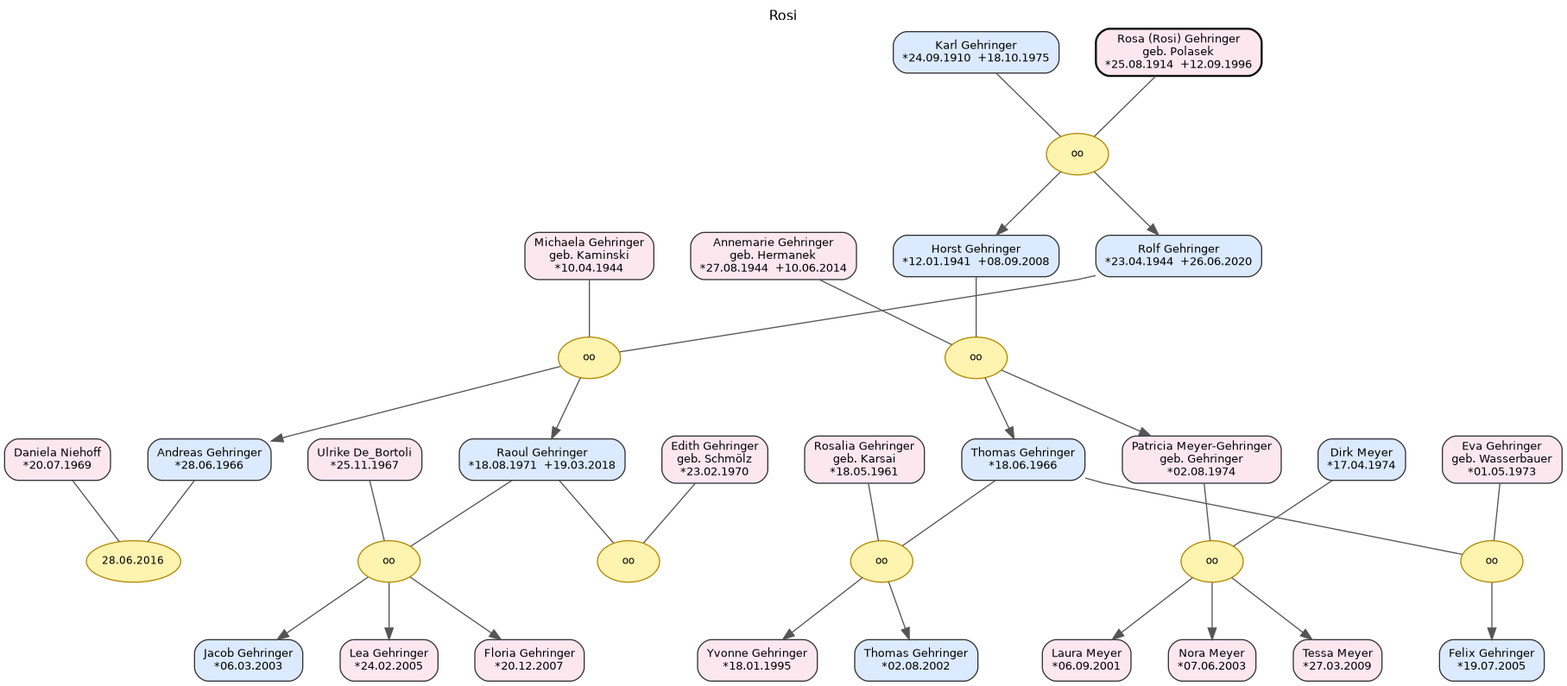
Earlier version of the Graphviz export Rosi_0_10.png (Konfusius16/Ahnentafel-Polasek). Its source is kept beside it as Rosi_0_10.dot.
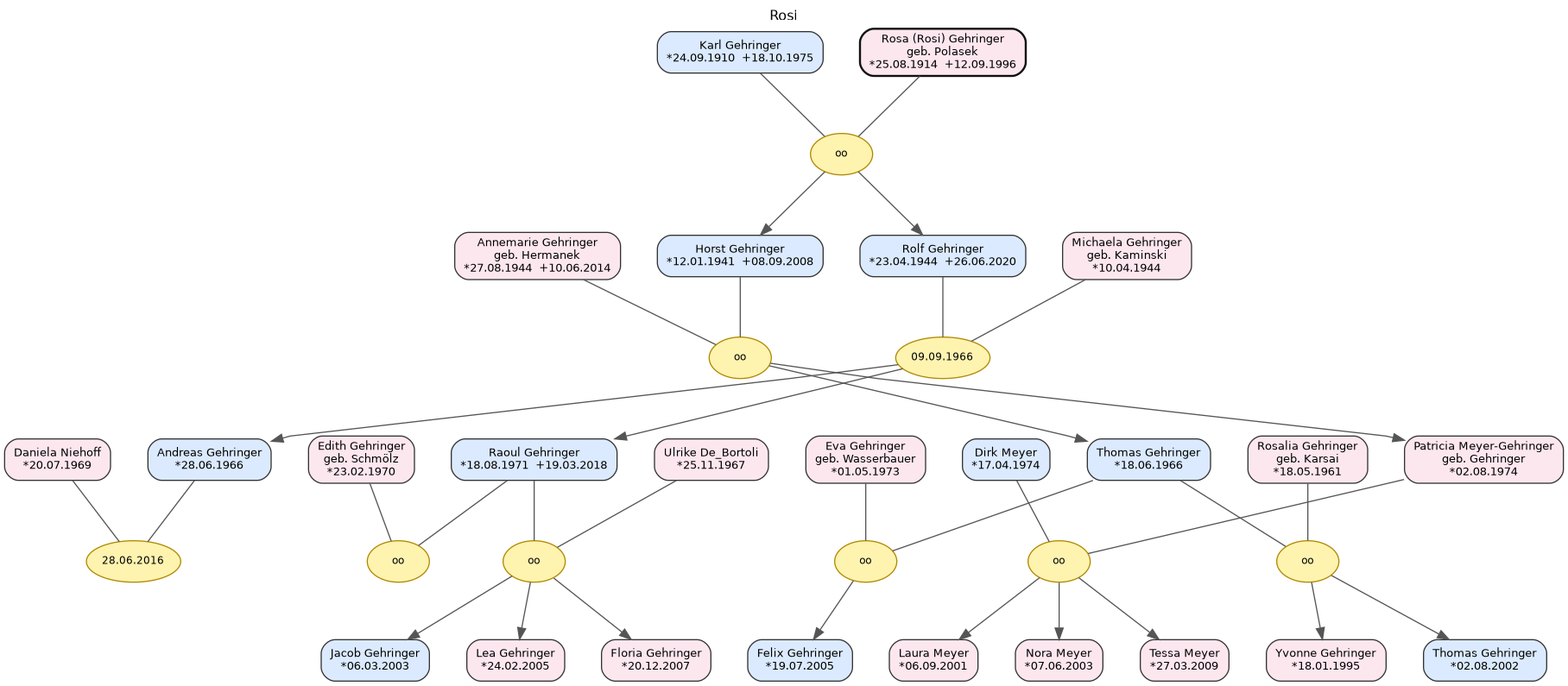
Above is the later version.

Diff of the diagram source:
```diff
@@ -3,63 +3,63 @@
 	graph [fontname="DejaVu Sans" fontsize=12 label=Rosi labelloc=t]
 	node [color="#333333" fontname="DejaVu Sans" fontsize=10 shape=box style="rounded,filled"]
 	edge [color="#555555" fontname="DejaVu Sans"]
+	geh08 [label="Raoul Gehringer
+*18.08.1971  +19.03.2018" fillcolor="#dbeafe" id=P_geh08]
+	geh07 [label="Andreas Gehringer
+*28.06.1966" fillcolor="#dbeafe" id=P_geh07]
+	g4p03 [label="Thomas Gehringer
+*02.08.2002" fillcolor="#dbeafe" id=P_g4p03]
+	g4p06 [label="Dirk Meyer
+*17.04.1974" fillcolor="#dbeafe" id=P_g4p06]
+	g5p08 [label="Jacob Gehringer
+*06.03.2003" fillcolor="#dbeafe" id=P_g5p08]
+	g4p05 [label="Felix Gehringer
+*19.07.2005" fillcolor="#dbeafe" id=P_g4p05]
+	geh01 [label="Horst Gehringer
+*12.01.1941  +08.09.2008" fillcolor="#dbeafe" id=P_geh01]
+	geh02 [label="Annemarie Gehringer
+geb. Hermanek
+*27.08.1944  +10.06.2014" fillcolor="#fde7ef" id=P_geh02]
+	g4p07 [label="Laura Meyer
+*06.09.2001" fillcolor="#fde7ef" id=P_g4p07]
+	geh03 [label="Rolf Gehringer
+*23.04.1944  +26.06.2020" fillcolor="#dbeafe" id=P_geh03]
+	g4p04 [label="Eva Gehringer
+geb. Wasserbauer
+*01.05.1973" fillcolor="#fde7ef" id=P_g4p04]
+	geh06 [label="Patricia Meyer-Gehringer
+geb. Gehringer
+*02.08.1974" fillcolor="#fde7ef" id=P_geh06]
+	g4p02 [label="Yvonne Gehringer
+*18.01.1995" fillcolor="#fde7ef" id=P_g4p02]
+	g5p07 [label="Ulrike De_Bortoli
+*25.11.1967" fillcolor="#fde7ef" id=P_g5p07]
+	geh05 [label="Thomas Gehringer
+*18.06.1966" fillcolor="#dbeafe" id=P_geh05]
+	g4p08 [label="Nora Meyer
+*07.06.2003" fillcolor="#fde7ef" id=P_g4p08]
+	g5p04 [label="Daniela Niehoff
+*20.07.1969" fillcolor="#fde7ef" id=P_g5p04]
+	geh09 [label="Karl Gehringer
+*24.09.1910  +18.10.1975" fillcolor="#dbeafe" id=P_geh09]
+	g5p10 [label="Floria Gehringer
+*20.12.2007" fillcolor="#fde7ef" id=P_g5p10]
+	g4p01 [label="Rosalia Gehringer
+geb. Karsai
+*18.05.1961" fillcolor="#fde7ef" id=P_g4p01]
 	g5p09 [label="Lea Gehringer
 *24.02.2005" fillcolor="#fde7ef" id=P_g5p09]
-	g4p03 [label="Thomas Gehringer
-*02.08.2002" fillcolor="#dbeafe" id=P_g4p03]
+	g4p09 [label="Tessa Meyer
+*27.03.2009" fillcolor="#fde7ef" id=P_g4p09]
+	geh04 [label="Michaela Gehringer
+geb. Kaminski
+*10.04.1944" fillcolor="#fde7ef" id=P_geh04]
+	att38 [label="Rosa (Rosi) Gehringer
+geb. Polasek
+*25.08.1914  +12.09.1996" color="#111111" fillcolor="#fde7ef" id=P_att38 penwidth=1.8]
 	gehS01 [label="Edith Gehringer
 geb. Schmölz
 *23.02.1970" fillcolor="#fde7ef" id=P_gehS01]
-	geh07 [label="Andreas Gehringer
-*28.06.1966" fillcolor="#dbeafe" id=P_geh07]
-	g5p10 [label="Floria Gehringer
-*20.12.2007" fillcolor="#fde7ef" id=P_g5p10]
-	g5p07 [label="Ulrike De_Bortoli
-*25.11.1967" fillcolor="#fde7ef" id=P_g5p07]
-	g4p04 [label="Eva Gehringer
-geb. Wasserbauer
-*01.05.1973" fillcolor="#fde7ef" id=P_g4p04]
-	geh05 [label="Thomas Gehringer
-*18.06.1966" fillcolor="#dbeafe" id=P_geh05]
-	geh04 [label="Michaela Gehringer
-geb. Kaminski
-*10.04.1944" fillcolor="#fde7ef" id=P_geh04]
-	g4p05 [label="Felix Gehringer
-*19.07.2005" fillcolor="#dbeafe" id=P_g4p05]
-	geh08 [label="Raoul Gehringer
-*18.08.1971  +19.03.2018" fillcolor="#dbeafe" id=P_geh08]
-	geh06 [label="Patricia Meyer-Gehringer
-geb. Gehringer
-*02.08.1974" fillcolor="#fde7ef" id=P_geh06]
-	g4p01 [label="Rosalia Gehringer
-geb. Karsai
-*18.05.1961" fillcolor="#fde7ef" id=P_g4p01]
-	geh09 [label="Karl Gehringer
-*24.09.1910  +18.10.1975" fillcolor="#dbeafe" id=P_geh09]
-	g5p04 [label="Daniela Niehoff
-*20.07.1969" fillcolor="#fde7ef" id=P_g5p04]
-	g4p06 [label="Dirk Meyer
-*17.04.1974" fillcolor="#dbeafe" id=P_g4p06]
-	geh01 [label="Horst Gehringer
-*12.01.1941  +08.09.2008" fillcolor="#dbeafe" id=P_geh01]
-	g4p08 [label="Nora Meyer
-*07.06.2003" fillcolor="#fde7ef" id=P_g4p08]
-	att38 [label="Rosa (Rosi) Gehringer
-geb. Polasek
-*25.08.1914  +12.09.1996" color="#111111" fillcolor="#fde7ef" id=P_att38 penwidth=1.8]
-	geh03 [label="Rolf Gehringer
-*23.04.1944  +26.06.2020" fillcolor="#dbeafe" id=P_geh03]
-	g4p07 [label="Laura Meyer
-*06.09.2001" fillcolor="#fde7ef" id=P_g4p07]
-	g5p08 [label="Jacob Gehringer
-*06.03.2003" fillcolor="#dbeafe" id=P_g5p08]
-	g4p02 [label="Yvonne Gehringer
-*18.01.1995" fillcolor="#fde7ef" id=P_g4p02]
-	g4p09 [label="Tessa Meyer
-*27.03.2009" fillcolor="#fde7ef" id=P_g4p09]
-	geh02 [label="Annemarie Gehringer
-geb. Hermanek
-*27.08.1944  +10.06.2014" fillcolor="#fde7ef" id=P_geh02]
 	M_gehF1 [label=oo color="#b08900" fillcolor="#fff3b0" fontsize=9 id=M_gehF1 shape=ellipse style=filled]
 	subgraph rank_gehF1 {
 		rank=same
@@ -90,32 +90,26 @@
 		g4p06
 	}
 	g4p06 -> geh06 [constraint=true minlen=0 style=invis weight=2600]
-	M_g4F1 [label=oo color="#b08900" fillcolor="#fff3b0" fontsize=9 id=M_g4F1 shape=ellipse style=filled]
-	subgraph rank_g4F1 {
+	M_g4F3 [label=oo color="#b08900" fillcolor="#fff3b0" fontsize=9 id=M_g4F3 shape=ellipse style=filled]
+	subgraph rank_g4F3 {
 		rank=same
-		geh05
-		g4p01
+		g4p06
+		geh06
 	}
-	geh05 -> g4p01 [constraint=true minlen=0 style=invis weight=3600]
-	geh05 -> M_g4F1 [dir=none minlen=1 weight=60]
-	g4p01 -> M_g4F1 [dir=none minlen=1 weight=60]
-	subgraph kids_g4F1 {
+	g4p06 -> geh06 [constraint=true minlen=0 style=invis weight=3600]
+	g4p06 -> M_g4F3 [dir=none minlen=1 weight=60]
+	geh06 -> M_g4F3 [dir=none minlen=1 weight=60]
+	subgraph kids_g4F3 {
 		rank=same
-		g4p02
-		g4p03
+		g4p07
+		g4p08
+		g4p09
 	}
-	M_g4F1 -> g4p02
-	M_g4F1 -> g4p03
-	g4p02 -> g4p03 [constraint=true minlen=0 style=invis weight=1400]
-	M_gehF4 [label=oo color="#b08900" fillcolor="#fff3b0" fontsize=9 id=M_gehF4 shape=ellipse style=filled]
-	subgraph rank_gehF4 {
-		rank=same
-		geh08
-		gehS01
-	}
-	geh08 -> gehS01 [constraint=true minlen=0 style=invis weight=3600]
-	geh08 -> M_gehF4 [dir=none minlen=1 weight=60]
-	gehS01 -> M_gehF4 [dir=none minlen=1 weight=60]
+	M_g4F3 -> g4p07
+	M_g4F3 -> g4p08
+	M_g4F3 -> g4p09
+	g4p07 -> g4p08 [constraint=true minlen=0 style=invis weight=1400]
+	g4p08 -> g4p09 [constraint=true minlen=0 style=invis weight=1400]
 	M_gehF3 [label=oo color="#b08900" fillcolor="#fff3b0" fontsize=9 id=M_gehF3 shape=ellipse style=filled]
 	subgraph rank_gehF3 {
 		rank=same
@@ -146,7 +140,39 @@
 		geh04
 	}
 	geh03 -> geh04 [constraint=true minlen=0 style=invis weight=2600]
-	M_gehF2 [label=oo color="#b08900" fillcolor="#fff3b0" fontsize=9 id=M_gehF2 shape=ellipse style=filled]
+	M_g5F2 [label="28.06.2016" color="#b08900" fillcolor="#fff3b0" fontsize=9 id=M_g5F2 shape=ellipse style=filled]
+	subgraph rank_g5F2 {
+		rank=same
+		geh07
+		g5p04
+	}
+	geh07 -> g5p04 [constraint=true minlen=0 style=invis weight=3600]
+	geh07 -> M_g5F2 [dir=none minlen=1 weight=60]
+	g5p04 -> M_g5F2 [dir=none minlen=1 weight=60]
+	M_gehF4 [label=oo color="#b08900" fillcolor="#fff3b0" fontsize=9 id=M_gehF4 shape=ellipse style=filled]
+	subgraph rank_gehF4 {
+		rank=same
+		geh08
+		gehS01
+	}
+	geh08 -> gehS01 [constraint=true minlen=0 style=invis weight=3600]
+	geh08 -> M_gehF4 [dir=none minlen=1 weight=60]
+	gehS01 -> M_gehF4 [dir=none minlen=1 weight=60]
+	M_g4F2 [label=oo color="#b08900" fillcolor="#fff3b0" fontsize=9 id=M_g4F2 shape=ellipse style=filled]
+	subgraph rank_g4F2 {
+		rank=same
+		geh05
+		g4p04
+	}
+	geh05 -> g4p04 [constraint=true minlen=0 style=invis weight=3600]
+	geh05 -> M_g4F2 [dir=none minlen=1 weight=60]
+	g4p04 -> M_g4F2 [dir=none minlen=1 weight=60]
+	subgraph kids_g4F2 {
+		rank=same
+		g4p05
+	}
+	M_g4F2 -> g4p05
+	M_gehF2 [label="09.09.1966" color="#b08900" fillcolor="#fff3b0" fontsize=9 id=M_gehF2 shape=ellipse style=filled]
 	subgraph rank_gehF2 {
 		rank=same
 		geh03
@@ -196,49 +222,23 @@
 	M_g5F4 -> g5p10
 	g5p08 -> g5p09 [constraint=true minlen=0 style=invis weight=1400]
 	g5p09 -> g5p10 [constraint=true minlen=0 style=invis weight=1400]
-	M_g5F2 [label="28.06.2016" color="#b08900" fillcolor="#fff3b0" fontsize=9 id=M_g5F2 shape=ellipse style=filled]
-	subgraph rank_g5F2 {
-		rank=same
-		geh07
-		g5p04
-	}
-	geh07 -> g5p04 [constraint=true minlen=0 style=invis weight=3600]
-	geh07 -> M_g5F2 [dir=none minlen=1 weight=60]
-	g5p04 -> M_g5F2 [dir=none minlen=1 weight=60]
-	M_g4F2 [label=oo color="#b08900" fillcolor="#fff3b0" fontsize=9 id=M_g4F2 shape=ellipse style=filled]
-	subgraph rank_g4F2 {
+	M_g4F1 [label=oo color="#b08900" fillcolor="#fff3b0" fontsize=9 id=M_g4F1 shape=ellipse style=filled]
+	subgraph rank_g4F1 {
 		rank=same
 		geh05
-		g4p04
+		g4p01
 	}
-	geh05 -> g4p04 [constraint=true minlen=0 style=invis weight=3600]
-	geh05 -> M_g4F2 [dir=none minlen=1 weight=60]
-	g4p04 -> M_g4F2 [dir=none minlen=1 weight=60]
-	subgraph kids_g4F2 {
+	geh05 -> g4p01 [constraint=true minlen=0 style=invis weight=3600]
+	geh05 -> M_g4F1 [dir=none minlen=1 weight=60]
+	g4p01 -> M_g4F1 [dir=none minlen=1 weight=60]
+	subgraph kids_g4F1 {
 		rank=same
-		g4p05
+		g4p02
+		g4p03
 	}
-	M_g4F2 -> g4p05
-	M_g4F3 [label=oo color="#b08900" fillcolor="#fff3b0" fontsize=9 id=M_g4F3 shape=ellipse style=filled]
-	subgraph rank_g4F3 {
-		rank=same
-		g4p06
-		geh06
-	}
-	g4p06 -> geh06 [constraint=true minlen=0 style=invis weight=3600]
-	g4p06 -> M_g4F3 [dir=none minlen=1 weight=60]
-	geh06 -> M_g4F3 [dir=none minlen=1 weight=60]
-	subgraph kids_g4F3 {
-		rank=same
-		g4p07
-		g4p08
-		g4p09
-	}
-	M_g4F3 -> g4p07
-	M_g4F3 -> g4p08
-	M_g4F3 -> g4p09
-	g4p07 -> g4p08 [constraint=true minlen=0 style=invis weight=1400]
-	g4p08 -> g4p09 [constraint=true minlen=0 style=invis weight=1400]
+	M_g4F1 -> g4p02
+	M_g4F1 -> g4p03
+	g4p02 -> g4p03 [constraint=true minlen=0 style=invis weight=1400]
 	subgraph gen_0 {
 		rank=same
 		att38
```
